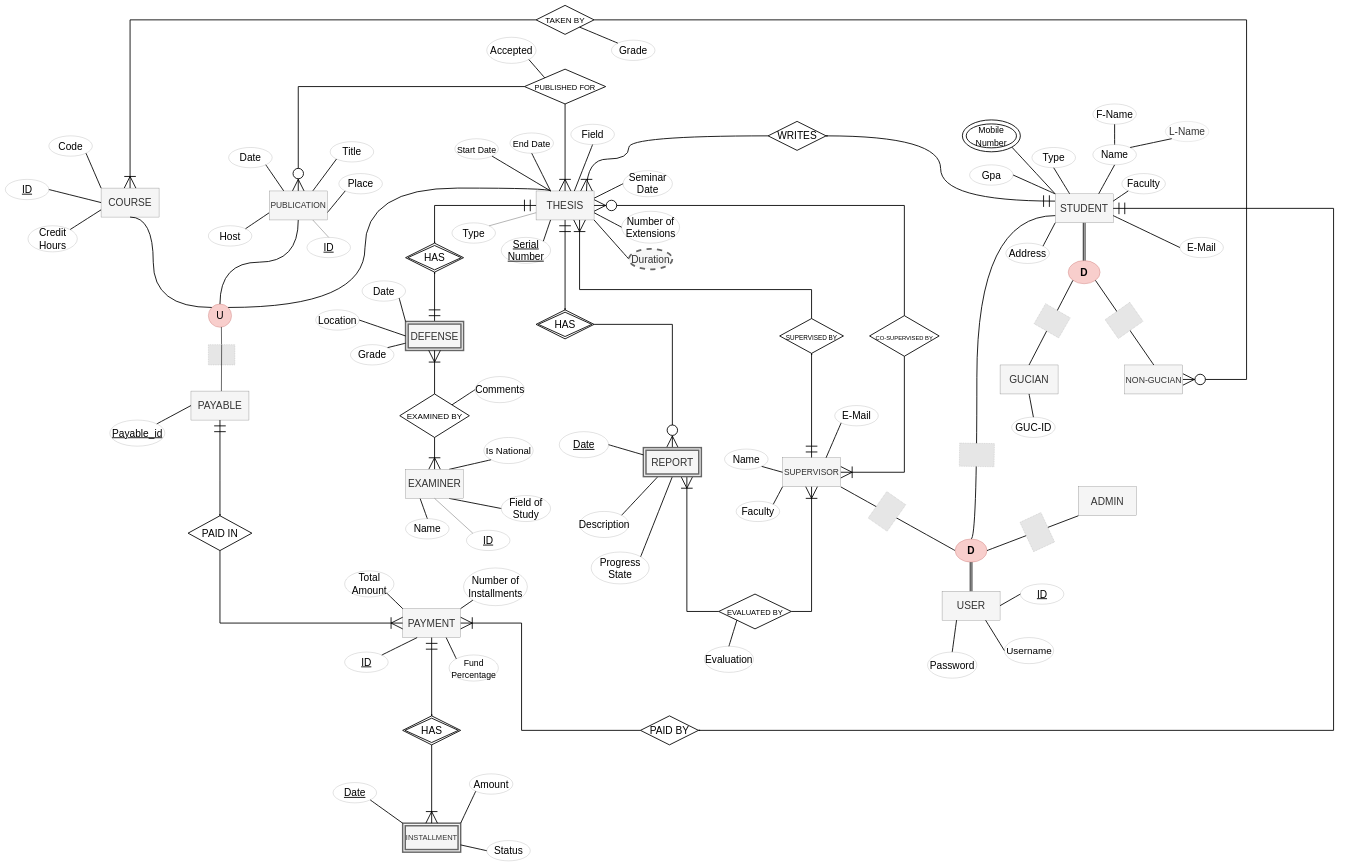
AhmedNasserG/postgraduate-database-system keeps this draw.io diagram as db-design/diagram/final.drawio.xml. Above is the earlier version. Source tidied: cells renumbered, new cells numbered last; positions are measured from the earlier drawing's top-left corner, leaving out a move shared by most shapes. Both pictures are drawn from the tidied source at 29%, with x=0, y=0 at pixel (5, 5). Pictures stored in the file or linked from it are replaced by grey dashed boxes.
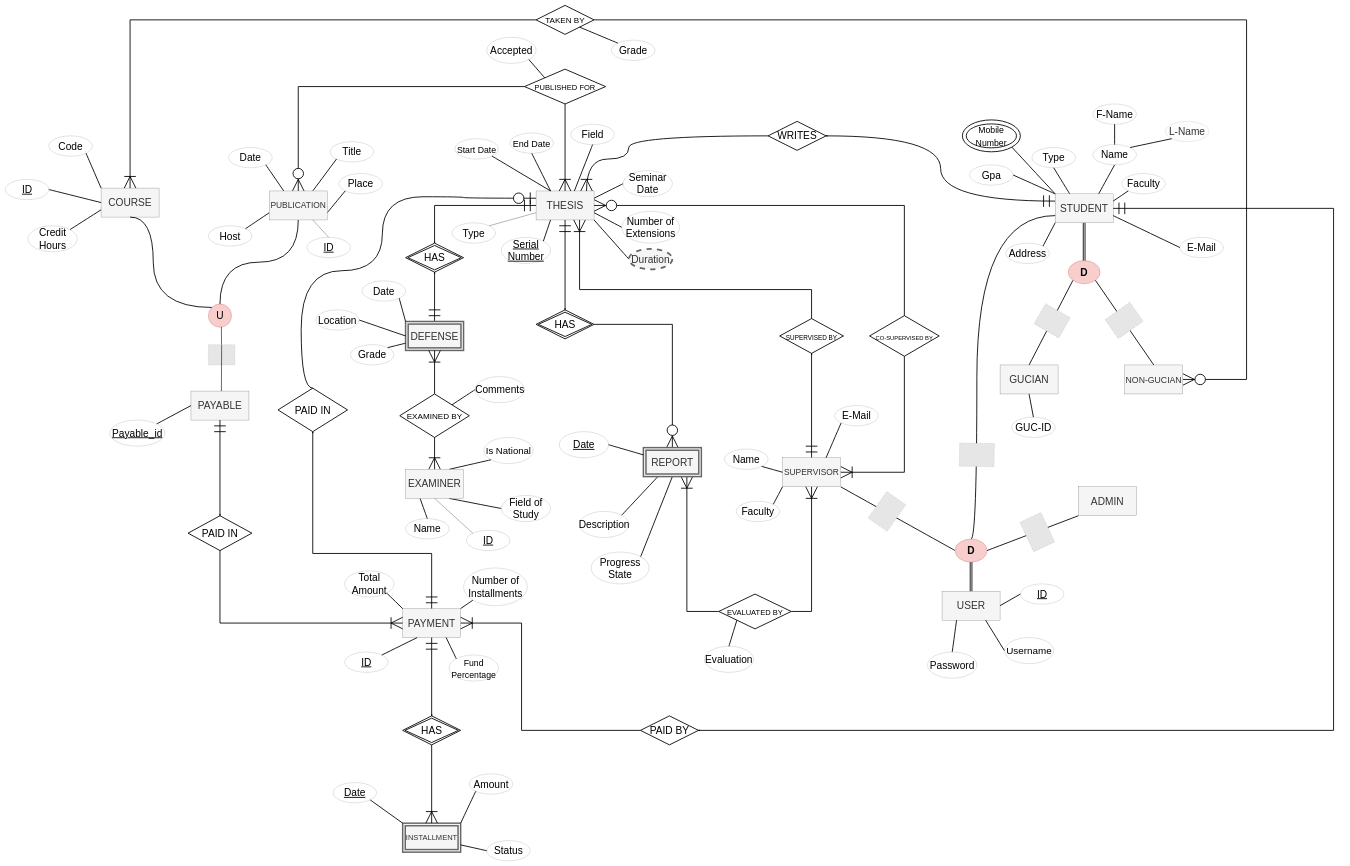
The same diagram, later.

Commit message (it also covers changes not shown here):
Add relationship in the diagram

added realtionship between payment and thesis and removed the
thesis from the union hierarchy.

The change refers to these unchanged cells:
```xml
<mxCell id="4" value="&lt;font style=&quot;font-size: 35px&quot;&gt;U&lt;/font&gt;" style="ellipse;whiteSpace=wrap;html=1;fontSize=22;fillColor=#f8cecc;strokeColor=#b85450;" parent="1" vertex="1">
  <mxGeometry x="700" y="1030" width="80" height="80" as="geometry" />
</mxCell>
<mxCell id="5" value="&lt;font style=&quot;font-size: 35px&quot;&gt;THESIS&lt;/font&gt;" style="whiteSpace=wrap;html=1;align=center;fillColor=#f5f5f5;fontColor=#333333;strokeColor=#666666;" parent="1" vertex="1">
  <mxGeometry x="1830" y="640" width="200" height="100" as="geometry" />
</mxCell>
<mxCell id="6" value="&lt;font style=&quot;font-size: 35px&quot;&gt;PAYMENT&lt;/font&gt;" style="whiteSpace=wrap;html=1;align=center;fillColor=#f5f5f5;fontColor=#333333;strokeColor=#666666;" parent="1" vertex="1">
  <mxGeometry x="1370" y="2080" width="200" height="100" as="geometry" />
</mxCell>
```

The edit, as a diff of the source:
```diff
@@
-    <mxCell id="22" style="endArrow=none;html=1;rounded=0;shadow=0;labelBackgroundColor=default;labelBorderColor=none;sketch=0;fontSize=35;startSize=0;endSize=36;targetPerimeterSpacing=0;strokeColor=#000000;strokeWidth=3;verticalAlign=top;entryX=0.25;entryY=0;entryDx=0;entryDy=0;exitX=1;exitY=0;exitDx=0;exitDy=0;edgeStyle=orthogonalEdgeStyle;curved=1;" parent="1" edge="1" source="4" target="5">
-      <mxGeometry relative="1" as="geometry">
-        <Array as="points">
-          <mxPoint x="1240" y="1042" />
-          <mxPoint x="1240" y="630" />
-          <mxPoint x="1880" y="630" />
-        </Array>
-      </mxGeometry>
-    </mxCell>
@@
+    <mxCell id="184" style="fontSize=12;html=1;endArrow=ERmandOne;startArrow=ERmandOne;rounded=0;shadow=0;labelBackgroundColor=default;labelBorderColor=none;sketch=0;startSize=0;endSize=36;strokeColor=#000000;strokeWidth=3;verticalAlign=top;exitX=0.5;exitY=0;exitDx=0;exitDy=0;sourcePerimeterSpacing=0;fontColor=default;entryX=0.5;entryY=0;entryDx=0;entryDy=0;edgeStyle=orthogonalEdgeStyle;" parent="1" edge="1" source="185" target="6">
+      <mxGeometry relative="1" as="geometry">
+        <Array as="points">
+          <mxPoint x="1060" y="1890" />
+          <mxPoint x="1470" y="1890" />
+        </Array>
+      </mxGeometry>
+    </mxCell>
+    <mxCell id="185" value="&lt;font style=&quot;font-size: 35px&quot;&gt;PAID IN&lt;/font&gt;" style="shape=rhombus;perimeter=rhombusPerimeter;whiteSpace=wrap;html=1;align=center;fontSize=35;strokeWidth=3;flipV=0;flipH=1;direction=west;" parent="1" vertex="1">
+      <mxGeometry x="940" y="1320" width="240" height="150" as="geometry" />
+    </mxCell>
+    <mxCell id="186" style="edgeStyle=orthogonalEdgeStyle;fontSize=12;html=1;endArrow=ERzeroToOne;endFill=1;rounded=0;strokeWidth=3;endSize=36;exitX=0.5;exitY=1;exitDx=0;exitDy=0;curved=1;entryX=0;entryY=0.25;entryDx=0;entryDy=0;" parent="1" edge="1" source="185" target="5">
+      <mxGeometry relative="1" as="geometry">
+        <Array as="points">
+          <mxPoint x="1020" y="1320" />
+          <mxPoint x="1020" y="915" />
+          <mxPoint x="1300" y="915" />
+          <mxPoint x="1300" y="660" />
+          <mxPoint x="1580" y="660" />
+          <mxPoint x="1580" y="665" />
+        </Array>
+      </mxGeometry>
+    </mxCell>
```
